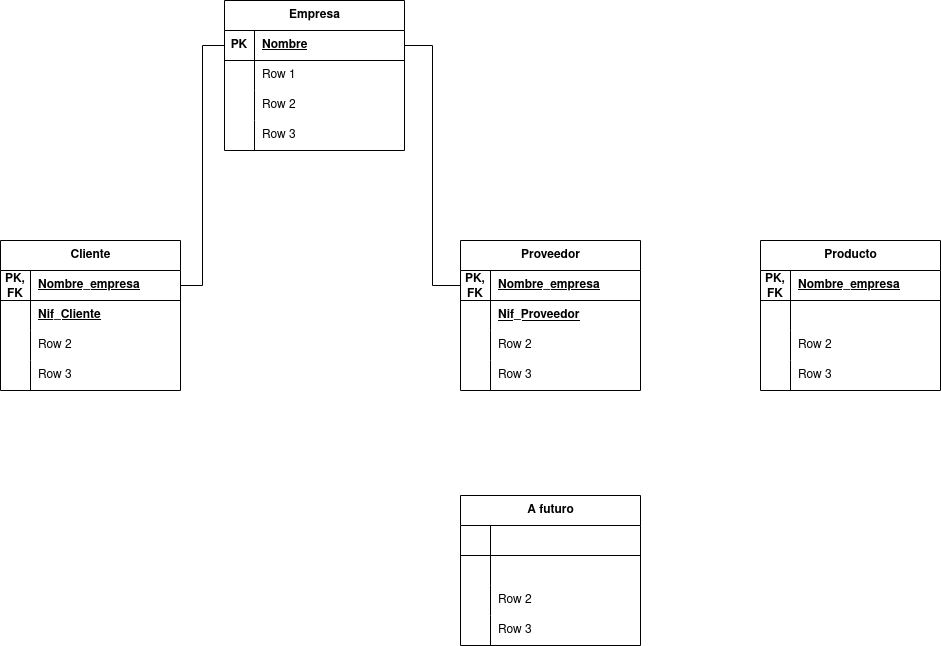
Above: Unidad-1/Tareas/Tareas-evaluables/Tarea-evaluable-5/tarea-empresa-compraventa.drawio.png in LuisMGlez/base-datos (draw.io), before the change. Source tidied: cells renumbered, new cells last; positions are measured from the earlier drawing's top-left corner, leaving out a move shared by most shapes.
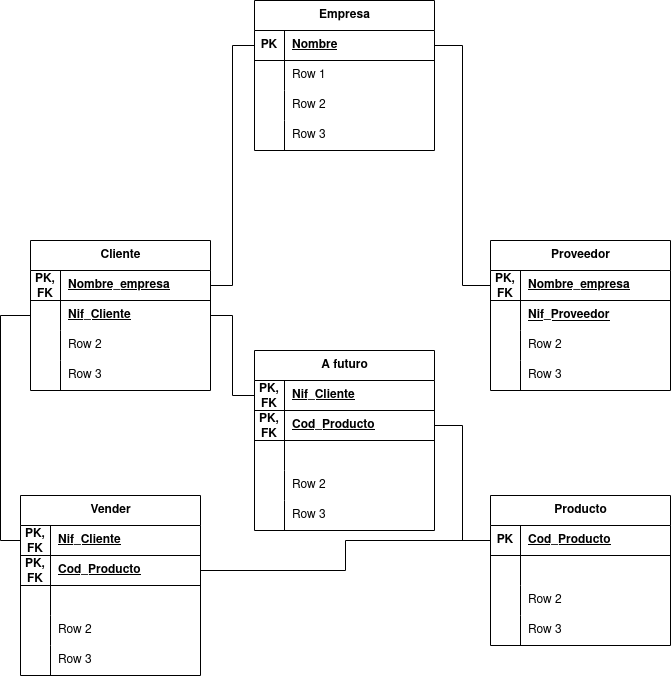
After the change.

Diff of the diagram source:
```diff
@@ -126,15 +126,15 @@
       <mxGeometry relative="1" as="geometry" />
     </mxCell>
     <mxCell id="43" value="Producto" style="shape=table;startSize=30;rowLines=0;fontStyle=1;align=center;html=1;" parent="1" vertex="1">
-      <mxGeometry x="760" y="240" width="180" height="150" as="geometry" />
+      <mxGeometry x="460" y="495" width="180" height="150" as="geometry" />
     </mxCell>
     <mxCell id="44" style="shape=tableRow;horizontal=0;startSize=0;swimlaneHead=0;swimlaneBody=0;fillColor=none;points=[[0,0.5],[1,0.5]];portConstraint=eastwest;top=0;left=0;right=0;bottom=1;" parent="43" vertex="1">
       <mxGeometry y="30" width="180" height="30" as="geometry" />
     </mxCell>
-    <mxCell id="45" value="PK, FK" style="shape=partialRectangle;fillColor=none;top=0;left=0;bottom=0;right=0;fontStyle=1;overflow=hidden;whiteSpace=wrap;html=1;" parent="44" vertex="1">
+    <mxCell id="45" value="PK" style="shape=partialRectangle;fillColor=none;top=0;left=0;bottom=0;right=0;fontStyle=1;overflow=hidden;whiteSpace=wrap;html=1;" parent="44" vertex="1">
       <mxGeometry width="30" height="30" as="geometry" />
     </mxCell>
-    <mxCell id="46" value="Nombre_empresa" style="shape=partialRectangle;fillColor=none;top=0;left=0;bottom=0;right=0;align=left;spacingLeft=6;fontStyle=5;overflow=hidden;whiteSpace=wrap;html=1;" parent="44" vertex="1">
+    <mxCell id="46" value="Cod_Producto" style="shape=partialRectangle;fillColor=none;top=0;left=0;bottom=0;right=0;align=left;spacingLeft=6;fontStyle=5;overflow=hidden;whiteSpace=wrap;html=1;" parent="44" vertex="1">
       <mxGeometry x="30" width="150" height="30" as="geometry" />
     </mxCell>
     <mxCell id="47" style="shape=tableRow;horizontal=0;startSize=0;swimlaneHead=0;swimlaneBody=0;fillColor=none;top=0;left=0;right=0;bottom=0;" parent="43" vertex="1">
@@ -165,19 +165,28 @@
       <mxGeometry x="30" width="150" height="30" as="geometry" />
     </mxCell>
     <mxCell id="56" value="A futuro" style="shape=table;startSize=30;rowLines=0;fontStyle=1;align=center;html=1;" parent="1" vertex="1">
-      <mxGeometry x="460" y="495" width="180" height="150" as="geometry" />
+      <mxGeometry x="224" y="350" width="180" height="180" as="geometry" />
     </mxCell>
     <mxCell id="57" style="shape=tableRow;horizontal=0;startSize=0;swimlaneHead=0;swimlaneBody=0;fillColor=none;points=[[0,0.5],[1,0.5]];portConstraint=eastwest;top=0;left=0;right=0;bottom=1;" parent="56" vertex="1">
       <mxGeometry y="30" width="180" height="30" as="geometry" />
     </mxCell>
-    <mxCell id="58" style="shape=partialRectangle;fillColor=none;top=0;left=0;bottom=0;right=0;fontStyle=1;overflow=hidden;whiteSpace=wrap;html=1;" parent="57" vertex="1">
+    <mxCell id="58" value="PK, FK" style="shape=partialRectangle;fillColor=none;top=0;left=0;bottom=0;right=0;fontStyle=1;overflow=hidden;whiteSpace=wrap;html=1;" parent="57" vertex="1">
       <mxGeometry width="30" height="30" as="geometry" />
     </mxCell>
-    <mxCell id="59" style="shape=partialRectangle;fillColor=none;top=0;left=0;bottom=0;right=0;align=left;spacingLeft=6;fontStyle=5;overflow=hidden;whiteSpace=wrap;html=1;" parent="57" vertex="1">
+    <mxCell id="59" value="Nif_Cliente" style="shape=partialRectangle;fillColor=none;top=0;left=0;bottom=0;right=0;align=left;spacingLeft=6;fontStyle=5;overflow=hidden;whiteSpace=wrap;html=1;" parent="57" vertex="1">
       <mxGeometry x="30" width="150" height="30" as="geometry" />
     </mxCell>
+    <mxCell id="69" style="shape=tableRow;horizontal=0;startSize=0;swimlaneHead=0;swimlaneBody=0;fillColor=none;points=[[0,0.5],[1,0.5]];portConstraint=eastwest;top=0;left=0;right=0;bottom=1;" parent="56" vertex="1">
+      <mxGeometry y="60" width="180" height="30" as="geometry" />
+    </mxCell>
+    <mxCell id="70" value="PK, FK" style="shape=partialRectangle;fillColor=none;top=0;left=0;bottom=0;right=0;fontStyle=1;overflow=hidden;whiteSpace=wrap;html=1;" parent="69" vertex="1">
+      <mxGeometry width="30" height="30" as="geometry" />
+    </mxCell>
+    <mxCell id="71" value="Cod_Producto" style="shape=partialRectangle;fillColor=none;top=0;left=0;bottom=0;right=0;align=left;spacingLeft=6;fontStyle=5;overflow=hidden;whiteSpace=wrap;html=1;" parent="69" vertex="1">
+      <mxGeometry x="30" width="150" height="30" as="geometry" />
+    </mxCell>
     <mxCell id="60" style="shape=tableRow;horizontal=0;startSize=0;swimlaneHead=0;swimlaneBody=0;fillColor=none;top=0;left=0;right=0;bottom=0;" parent="56" vertex="1">
-      <mxGeometry y="60" width="180" height="30" as="geometry" />
+      <mxGeometry y="90" width="180" height="30" as="geometry" />
     </mxCell>
     <mxCell id="61" style="shape=partialRectangle;fillColor=none;top=0;left=0;bottom=0;right=0;overflow=hidden;whiteSpace=wrap;html=1;" parent="60" vertex="1">
       <mxGeometry width="30" height="30" as="geometry" />
@@ -186,7 +195,7 @@
       <mxGeometry x="30" width="150" height="30" as="geometry" />
     </mxCell>
     <mxCell id="63" style="shape=tableRow;horizontal=0;startSize=0;swimlaneHead=0;swimlaneBody=0;fillColor=none;top=0;left=0;right=0;bottom=0;" parent="56" vertex="1">
-      <mxGeometry y="90" width="180" height="30" as="geometry" />
+      <mxGeometry y="120" width="180" height="30" as="geometry" />
     </mxCell>
     <mxCell id="64" style="shape=partialRectangle;fillColor=none;top=0;left=0;bottom=0;right=0;overflow=hidden;whiteSpace=wrap;html=1;" parent="63" vertex="1">
       <mxGeometry width="30" height="30" as="geometry" />
@@ -195,7 +204,7 @@
       <mxGeometry x="30" width="150" height="30" as="geometry" />
     </mxCell>
     <mxCell id="66" style="shape=tableRow;horizontal=0;startSize=0;swimlaneHead=0;swimlaneBody=0;fillColor=none;top=0;left=0;right=0;bottom=0;" parent="56" vertex="1">
-      <mxGeometry y="120" width="180" height="30" as="geometry" />
+      <mxGeometry y="150" width="180" height="30" as="geometry" />
     </mxCell>
     <mxCell id="67" style="shape=partialRectangle;fillColor=none;top=0;left=0;bottom=0;right=0;overflow=hidden;whiteSpace=wrap;html=1;" parent="66" vertex="1">
       <mxGeometry width="30" height="30" as="geometry" />
@@ -203,5 +212,65 @@
     <mxCell id="68" value="Row 3" style="shape=partialRectangle;fillColor=none;top=0;left=0;bottom=0;right=0;align=left;spacingLeft=6;overflow=hidden;whiteSpace=wrap;html=1;" parent="66" vertex="1">
       <mxGeometry x="30" width="150" height="30" as="geometry" />
     </mxCell>
+    <mxCell id="72" value="Vender" style="shape=table;startSize=30;rowLines=0;fontStyle=1;align=center;html=1;" parent="1" vertex="1">
+      <mxGeometry x="-10" y="495" width="180" height="180" as="geometry" />
+    </mxCell>
+    <mxCell id="73" style="shape=tableRow;horizontal=0;startSize=0;swimlaneHead=0;swimlaneBody=0;fillColor=none;points=[[0,0.5],[1,0.5]];portConstraint=eastwest;top=0;left=0;right=0;bottom=1;" parent="72" vertex="1">
+      <mxGeometry y="30" width="180" height="30" as="geometry" />
+    </mxCell>
+    <mxCell id="74" value="PK, FK" style="shape=partialRectangle;fillColor=none;top=0;left=0;bottom=0;right=0;fontStyle=1;overflow=hidden;whiteSpace=wrap;html=1;" parent="73" vertex="1">
+      <mxGeometry width="30" height="30" as="geometry" />
+    </mxCell>
+    <mxCell id="75" value="Nif_Cliente" style="shape=partialRectangle;fillColor=none;top=0;left=0;bottom=0;right=0;align=left;spacingLeft=6;fontStyle=5;overflow=hidden;whiteSpace=wrap;html=1;" parent="73" vertex="1">
+      <mxGeometry x="30" width="150" height="30" as="geometry" />
+    </mxCell>
+    <mxCell id="76" style="shape=tableRow;horizontal=0;startSize=0;swimlaneHead=0;swimlaneBody=0;fillColor=none;points=[[0,0.5],[1,0.5]];portConstraint=eastwest;top=0;left=0;right=0;bottom=1;" parent="72" vertex="1">
+      <mxGeometry y="60" width="180" height="30" as="geometry" />
+    </mxCell>
+    <mxCell id="77" value="PK, FK" style="shape=partialRectangle;fillColor=none;top=0;left=0;bottom=0;right=0;fontStyle=1;overflow=hidden;whiteSpace=wrap;html=1;" parent="76" vertex="1">
+      <mxGeometry width="30" height="30" as="geometry" />
+    </mxCell>
+    <mxCell id="78" value="Cod_Producto" style="shape=partialRectangle;fillColor=none;top=0;left=0;bottom=0;right=0;align=left;spacingLeft=6;fontStyle=5;overflow=hidden;whiteSpace=wrap;html=1;" parent="76" vertex="1">
+      <mxGeometry x="30" width="150" height="30" as="geometry" />
+    </mxCell>
+    <mxCell id="79" style="shape=tableRow;horizontal=0;startSize=0;swimlaneHead=0;swimlaneBody=0;fillColor=none;top=0;left=0;right=0;bottom=0;" parent="72" vertex="1">
+      <mxGeometry y="90" width="180" height="30" as="geometry" />
+    </mxCell>
+    <mxCell id="80" style="shape=partialRectangle;fillColor=none;top=0;left=0;bottom=0;right=0;overflow=hidden;whiteSpace=wrap;html=1;" parent="79" vertex="1">
+      <mxGeometry width="30" height="30" as="geometry" />
+    </mxCell>
+    <mxCell id="81" style="shape=partialRectangle;fillColor=none;top=0;left=0;bottom=0;right=0;align=left;spacingLeft=6;overflow=hidden;whiteSpace=wrap;html=1;" parent="79" vertex="1">
+      <mxGeometry x="30" width="150" height="30" as="geometry" />
+    </mxCell>
+    <mxCell id="82" style="shape=tableRow;horizontal=0;startSize=0;swimlaneHead=0;swimlaneBody=0;fillColor=none;top=0;left=0;right=0;bottom=0;" parent="72" vertex="1">
+      <mxGeometry y="120" width="180" height="30" as="geometry" />
+    </mxCell>
+    <mxCell id="83" style="shape=partialRectangle;fillColor=none;top=0;left=0;bottom=0;right=0;overflow=hidden;whiteSpace=wrap;html=1;" parent="82" vertex="1">
+      <mxGeometry width="30" height="30" as="geometry" />
+    </mxCell>
+    <mxCell id="84" value="Row 2" style="shape=partialRectangle;fillColor=none;top=0;left=0;bottom=0;right=0;align=left;spacingLeft=6;overflow=hidden;whiteSpace=wrap;html=1;" parent="82" vertex="1">
+      <mxGeometry x="30" width="150" height="30" as="geometry" />
+    </mxCell>
+    <mxCell id="85" style="shape=tableRow;horizontal=0;startSize=0;swimlaneHead=0;swimlaneBody=0;fillColor=none;top=0;left=0;right=0;bottom=0;" parent="72" vertex="1">
+      <mxGeometry y="150" width="180" height="30" as="geometry" />
+    </mxCell>
+    <mxCell id="86" style="shape=partialRectangle;fillColor=none;top=0;left=0;bottom=0;right=0;overflow=hidden;whiteSpace=wrap;html=1;" parent="85" vertex="1">
+      <mxGeometry width="30" height="30" as="geometry" />
+    </mxCell>
+    <mxCell id="87" value="Row 3" style="shape=partialRectangle;fillColor=none;top=0;left=0;bottom=0;right=0;align=left;spacingLeft=6;overflow=hidden;whiteSpace=wrap;html=1;" parent="85" vertex="1">
+      <mxGeometry x="30" width="150" height="30" as="geometry" />
+    </mxCell>
+    <mxCell id="88" style="edgeStyle=orthogonalEdgeStyle;rounded=0;jettySize=auto;html=1;exitX=0;exitY=0.5;exitDx=0;exitDy=0;entryX=0;entryY=0.5;entryDx=0;entryDy=0;endArrow=none;endFill=0;" parent="1" edge="1" source="6" target="73">
+      <mxGeometry relative="1" as="geometry" />
+    </mxCell>
+    <mxCell id="89" style="edgeStyle=orthogonalEdgeStyle;rounded=0;jettySize=auto;html=1;exitX=0;exitY=0.5;exitDx=0;exitDy=0;entryX=1;entryY=0.5;entryDx=0;entryDy=0;endArrow=none;endFill=0;" parent="1" edge="1" source="44" target="76">
+      <mxGeometry relative="1" as="geometry" />
+    </mxCell>
+    <mxCell id="90" style="edgeStyle=orthogonalEdgeStyle;rounded=0;jettySize=auto;html=1;exitX=1;exitY=0.5;exitDx=0;exitDy=0;entryX=0;entryY=0.5;entryDx=0;entryDy=0;endArrow=none;endFill=0;" parent="1" edge="1" source="6" target="57">
+      <mxGeometry relative="1" as="geometry" />
+    </mxCell>
+    <mxCell id="91" style="edgeStyle=orthogonalEdgeStyle;rounded=0;jettySize=auto;html=1;exitX=0;exitY=0.5;exitDx=0;exitDy=0;entryX=1;entryY=0.5;entryDx=0;entryDy=0;endArrow=none;endFill=0;" parent="1" edge="1" source="44" target="69">
+      <mxGeometry relative="1" as="geometry" />
+    </mxCell>
   </root>
 </mxGraphModel>
```
